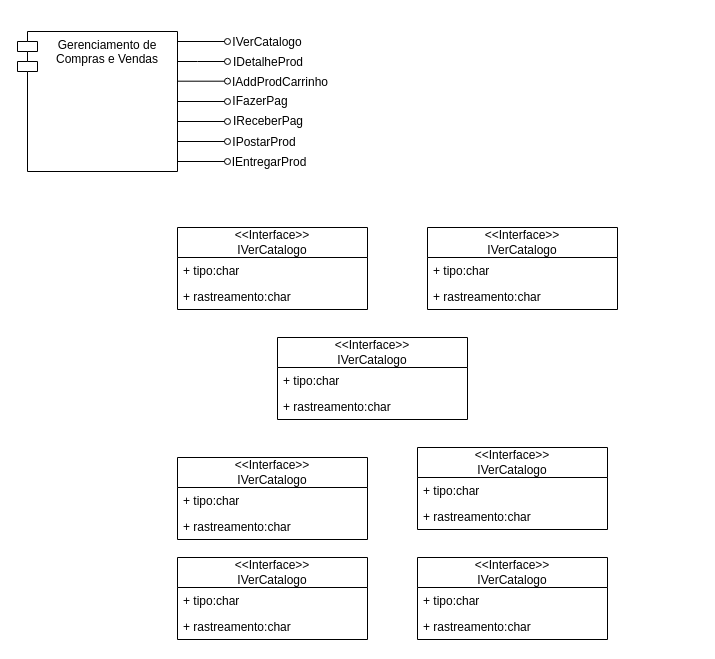
luca-moraes/projetoCorintoModelagem keeps this draw.io diagram as page "Operações das interfaces de sistema" (9 of 9) of DiagramasDeModelagem.drawio. Above is the earlier version. Source tidied: cells renumbered, new cells numbered last; positions are measured from the earlier drawing's top-left corner, leaving out a move shared by most shapes. Both pictures are drawn from the tidied source at 100%, with x=0, y=0 at pixel (17, 27).
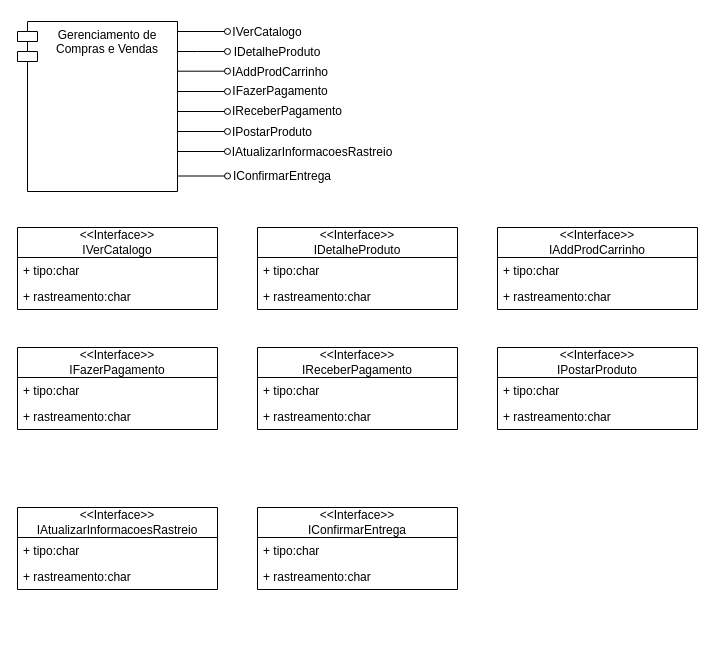
The same diagram, later.

What changed in the source:
```diff
@@
-    <mxCell id="2" style="edgeStyle=orthogonalEdgeStyle;rounded=0;orthogonalLoop=1;jettySize=auto;html=1;exitX=1;exitY=0.25;exitDx=0;exitDy=0;endArrow=oval;endFill=0;strokeWidth=1;jumpSize=6;" parent="1" edge="1">
-      <mxGeometry relative="1" as="geometry">
-        <mxPoint x="160" y="14" as="sourcePoint" />
-        <mxPoint x="210" y="14" as="targetPoint" />
-      </mxGeometry>
-    </mxCell>
-    <mxCell id="3" value="Gerenciamento de Compras&amp;nbsp;e Vendas" style="shape=module;align=center;spacingLeft=20;align=center;verticalAlign=top;whiteSpace=wrap;html=1;" parent="1" vertex="1">
-      <mxGeometry y="4" width="160" height="140" as="geometry" />
-    </mxCell>
-    <mxCell id="4" style="edgeStyle=orthogonalEdgeStyle;rounded=0;orthogonalLoop=1;jettySize=auto;html=1;exitX=1;exitY=0.25;exitDx=0;exitDy=0;endArrow=oval;endFill=0;strokeWidth=1;jumpSize=6;" parent="1" edge="1">
-      <mxGeometry relative="1" as="geometry">
-        <mxPoint x="160" y="34" as="sourcePoint" />
-        <mxPoint x="210" y="34" as="targetPoint" />
-        <Array as="points">
-          <mxPoint x="180" y="34" />
-          <mxPoint x="180" y="34" />
-        </Array>
-      </mxGeometry>
-    </mxCell>
-    <mxCell id="5" style="edgeStyle=orthogonalEdgeStyle;rounded=0;orthogonalLoop=1;jettySize=auto;html=1;exitX=1;exitY=0.25;exitDx=0;exitDy=0;endArrow=oval;endFill=0;strokeWidth=1;jumpSize=6;" parent="1" edge="1">
-      <mxGeometry relative="1" as="geometry">
-        <mxPoint x="160" y="53.7" as="sourcePoint" />
-        <mxPoint x="210" y="53.7" as="targetPoint" />
-      </mxGeometry>
-    </mxCell>
-    <mxCell id="6" style="edgeStyle=orthogonalEdgeStyle;rounded=0;orthogonalLoop=1;jettySize=auto;html=1;exitX=1;exitY=0.25;exitDx=0;exitDy=0;endArrow=oval;endFill=0;strokeWidth=1;jumpSize=6;" parent="1" edge="1">
-      <mxGeometry relative="1" as="geometry">
-        <mxPoint x="160" y="74" as="sourcePoint" />
-        <mxPoint x="210" y="74" as="targetPoint" />
-      </mxGeometry>
-    </mxCell>
-    <mxCell id="7" style="edgeStyle=orthogonalEdgeStyle;rounded=0;orthogonalLoop=1;jettySize=auto;html=1;exitX=1;exitY=0.25;exitDx=0;exitDy=0;endArrow=oval;endFill=0;strokeWidth=1;jumpSize=6;" parent="1" edge="1">
-      <mxGeometry relative="1" as="geometry">
-        <mxPoint x="160" y="94" as="sourcePoint" />
-        <mxPoint x="210" y="94" as="targetPoint" />
-      </mxGeometry>
-    </mxCell>
-    <mxCell id="8" style="edgeStyle=orthogonalEdgeStyle;rounded=0;orthogonalLoop=1;jettySize=auto;html=1;exitX=1;exitY=0.25;exitDx=0;exitDy=0;endArrow=oval;endFill=0;strokeWidth=1;jumpSize=6;" parent="1" edge="1">
-      <mxGeometry relative="1" as="geometry">
-        <mxPoint x="160" y="114" as="sourcePoint" />
-        <mxPoint x="210" y="114" as="targetPoint" />
-      </mxGeometry>
-    </mxCell>
-    <mxCell id="9" style="edgeStyle=orthogonalEdgeStyle;rounded=0;orthogonalLoop=1;jettySize=auto;html=1;exitX=1;exitY=0.25;exitDx=0;exitDy=0;endArrow=oval;endFill=0;strokeWidth=1;jumpSize=6;" parent="1" edge="1">
-      <mxGeometry relative="1" as="geometry">
-        <mxPoint x="160" y="134" as="sourcePoint" />
-        <mxPoint x="210" y="134" as="targetPoint" />
-      </mxGeometry>
-    </mxCell>
-    <mxCell id="10" value="IVerCatalogo" style="text;html=1;strokeColor=none;fillColor=none;align=center;verticalAlign=middle;whiteSpace=wrap;rounded=0;" parent="1" vertex="1">
-      <mxGeometry x="220" width="60" height="30" as="geometry" />
-    </mxCell>
-    <mxCell id="11" value="IDetalheProd" style="text;html=1;strokeColor=none;fillColor=none;align=center;verticalAlign=middle;whiteSpace=wrap;rounded=0;" parent="1" vertex="1">
-      <mxGeometry x="221" y="20" width="60" height="30" as="geometry" />
-    </mxCell>
-    <mxCell id="12" value="IAddProdCarrinho" style="text;html=1;strokeColor=none;fillColor=none;align=center;verticalAlign=middle;whiteSpace=wrap;rounded=0;" parent="1" vertex="1">
-      <mxGeometry x="233" y="40" width="60" height="30" as="geometry" />
-    </mxCell>
-    <mxCell id="13" value="IFazerPag" style="text;html=1;strokeColor=none;fillColor=none;align=center;verticalAlign=middle;whiteSpace=wrap;rounded=0;" parent="1" vertex="1">
-      <mxGeometry x="213" y="59" width="60" height="30" as="geometry" />
-    </mxCell>
-    <mxCell id="14" value="IReceberPag" style="text;html=1;strokeColor=none;fillColor=none;align=center;verticalAlign=middle;whiteSpace=wrap;rounded=0;" parent="1" vertex="1">
-      <mxGeometry x="221" y="79" width="60" height="30" as="geometry" />
-    </mxCell>
-    <mxCell id="15" value="IEntregarProd" style="text;html=1;strokeColor=none;fillColor=none;align=center;verticalAlign=middle;whiteSpace=wrap;rounded=0;" parent="1" vertex="1">
-      <mxGeometry x="222" y="120" width="60" height="30" as="geometry" />
-    </mxCell>
-    <mxCell id="16" value="IPostarProd" style="text;html=1;strokeColor=none;fillColor=none;align=center;verticalAlign=middle;whiteSpace=wrap;rounded=0;" parent="1" vertex="1">
-      <mxGeometry x="217" y="100" width="60" height="30" as="geometry" />
-    </mxCell>
     <mxCell id="17" value="&amp;lt;&amp;lt;Interface&amp;gt;&amp;gt;&lt;br&gt;IVerCatalogo" style="swimlane;fontStyle=0;horizontal=1;startSize=30;fillColor=none;whiteSpace=wrap;html=1;" parent="1" vertex="1">
-      <mxGeometry x="160" y="200" width="190" height="82" as="geometry" />
+      <mxGeometry y="200" width="200" height="82" as="geometry" />
     </mxCell>
     <mxCell id="18" value="+ tipo:char" style="text;strokeColor=none;fillColor=none;align=left;verticalAlign=top;spacingLeft=4;spacingRight=4;overflow=hidden;whiteSpace=wrap;html=1;" parent="17" vertex="1">
-      <mxGeometry y="30" width="190" height="26" as="geometry" />
+      <mxGeometry y="30" width="200" height="26" as="geometry" />
     </mxCell>
     <mxCell id="19" value="+ rastreamento:char" style="text;strokeColor=none;fillColor=none;align=left;verticalAlign=top;spacingLeft=4;spacingRight=4;overflow=hidden;whiteSpace=wrap;html=1;" parent="17" vertex="1">
-      <mxGeometry y="56" width="190" height="26" as="geometry" />
+      <mxGeometry y="56" width="200" height="26" as="geometry" />
     </mxCell>
-    <mxCell id="20" value="&amp;lt;&amp;lt;Interface&amp;gt;&amp;gt;&lt;br&gt;IVerCatalogo" style="swimlane;fontStyle=0;horizontal=1;startSize=30;fillColor=none;whiteSpace=wrap;html=1;" parent="1" vertex="1">
-      <mxGeometry x="410" y="200" width="190" height="82" as="geometry" />
+    <mxCell id="20" value="&amp;lt;&amp;lt;Interface&amp;gt;&amp;gt;&lt;br&gt;IAddProdCarrinho" style="swimlane;fontStyle=0;horizontal=1;startSize=30;fillColor=none;whiteSpace=wrap;html=1;" parent="1" vertex="1">
+      <mxGeometry x="480" y="200" width="200" height="82" as="geometry" />
     </mxCell>
     <mxCell id="21" value="+ tipo:char" style="text;strokeColor=none;fillColor=none;align=left;verticalAlign=top;spacingLeft=4;spacingRight=4;overflow=hidden;whiteSpace=wrap;html=1;" parent="20" vertex="1">
-      <mxGeometry y="30" width="190" height="26" as="geometry" />
+      <mxGeometry y="30" width="200" height="26" as="geometry" />
     </mxCell>
     <mxCell id="22" value="+ rastreamento:char" style="text;strokeColor=none;fillColor=none;align=left;verticalAlign=top;spacingLeft=4;spacingRight=4;overflow=hidden;whiteSpace=wrap;html=1;" parent="20" vertex="1">
-      <mxGeometry y="56" width="190" height="26" as="geometry" />
+      <mxGeometry y="56" width="200" height="26" as="geometry" />
     </mxCell>
-    <mxCell id="23" value="&amp;lt;&amp;lt;Interface&amp;gt;&amp;gt;&lt;br&gt;IVerCatalogo" style="swimlane;fontStyle=0;horizontal=1;startSize=30;fillColor=none;whiteSpace=wrap;html=1;" parent="1" vertex="1">
-      <mxGeometry x="400" y="420" width="190" height="82" as="geometry" />
+    <mxCell id="23" value="&amp;lt;&amp;lt;Interface&amp;gt;&amp;gt;&lt;br&gt;IReceberPagamento" style="swimlane;fontStyle=0;horizontal=1;startSize=30;fillColor=none;whiteSpace=wrap;html=1;" parent="1" vertex="1">
+      <mxGeometry x="240" y="320" width="200" height="82" as="geometry" />
     </mxCell>
     <mxCell id="24" value="+ tipo:char" style="text;strokeColor=none;fillColor=none;align=left;verticalAlign=top;spacingLeft=4;spacingRight=4;overflow=hidden;whiteSpace=wrap;html=1;" parent="23" vertex="1">
-      <mxGeometry y="30" width="190" height="26" as="geometry" />
+      <mxGeometry y="30" width="200" height="26" as="geometry" />
     </mxCell>
     <mxCell id="25" value="+ rastreamento:char" style="text;strokeColor=none;fillColor=none;align=left;verticalAlign=top;spacingLeft=4;spacingRight=4;overflow=hidden;whiteSpace=wrap;html=1;" parent="23" vertex="1">
-      <mxGeometry y="56" width="190" height="26" as="geometry" />
+      <mxGeometry y="56" width="200" height="26" as="geometry" />
     </mxCell>
-    <mxCell id="26" value="&amp;lt;&amp;lt;Interface&amp;gt;&amp;gt;&lt;br&gt;IVerCatalogo" style="swimlane;fontStyle=0;horizontal=1;startSize=30;fillColor=none;whiteSpace=wrap;html=1;" parent="1" vertex="1">
-      <mxGeometry x="400" y="530" width="190" height="82" as="geometry" />
+    <mxCell id="26" value="&amp;lt;&amp;lt;Interface&amp;gt;&amp;gt;&lt;br&gt;IPostarProduto" style="swimlane;fontStyle=0;horizontal=1;startSize=30;fillColor=none;whiteSpace=wrap;html=1;" parent="1" vertex="1">
+      <mxGeometry x="480" y="320" width="200" height="82" as="geometry" />
     </mxCell>
     <mxCell id="27" value="+ tipo:char" style="text;strokeColor=none;fillColor=none;align=left;verticalAlign=top;spacingLeft=4;spacingRight=4;overflow=hidden;whiteSpace=wrap;html=1;" parent="26" vertex="1">
-      <mxGeometry y="30" width="190" height="26" as="geometry" />
+      <mxGeometry y="30" width="200" height="26" as="geometry" />
     </mxCell>
     <mxCell id="28" value="+ rastreamento:char" style="text;strokeColor=none;fillColor=none;align=left;verticalAlign=top;spacingLeft=4;spacingRight=4;overflow=hidden;whiteSpace=wrap;html=1;" parent="26" vertex="1">
-      <mxGeometry y="56" width="190" height="26" as="geometry" />
+      <mxGeometry y="56" width="200" height="26" as="geometry" />
     </mxCell>
-    <mxCell id="29" value="&amp;lt;&amp;lt;Interface&amp;gt;&amp;gt;&lt;br&gt;IVerCatalogo" style="swimlane;fontStyle=0;horizontal=1;startSize=30;fillColor=none;whiteSpace=wrap;html=1;" parent="1" vertex="1">
-      <mxGeometry x="160" y="430" width="190" height="82" as="geometry" />
+    <mxCell id="29" value="&amp;lt;&amp;lt;Interface&amp;gt;&amp;gt;&lt;br&gt;IAtualizarInformacoesRastreio" style="swimlane;fontStyle=0;horizontal=1;startSize=30;fillColor=none;whiteSpace=wrap;html=1;" parent="1" vertex="1">
+      <mxGeometry y="480" width="200" height="82" as="geometry" />
     </mxCell>
     <mxCell id="30" value="+ tipo:char" style="text;strokeColor=none;fillColor=none;align=left;verticalAlign=top;spacingLeft=4;spacingRight=4;overflow=hidden;whiteSpace=wrap;html=1;" parent="29" vertex="1">
-      <mxGeometry y="30" width="190" height="26" as="geometry" />
+      <mxGeometry y="30" width="200" height="26" as="geometry" />
     </mxCell>
     <mxCell id="31" value="+ rastreamento:char" style="text;strokeColor=none;fillColor=none;align=left;verticalAlign=top;spacingLeft=4;spacingRight=4;overflow=hidden;whiteSpace=wrap;html=1;" parent="29" vertex="1">
-      <mxGeometry y="56" width="190" height="26" as="geometry" />
+      <mxGeometry y="56" width="200" height="26" as="geometry" />
     </mxCell>
-    <mxCell id="32" value="&amp;lt;&amp;lt;Interface&amp;gt;&amp;gt;&lt;br&gt;IVerCatalogo" style="swimlane;fontStyle=0;horizontal=1;startSize=30;fillColor=none;whiteSpace=wrap;html=1;" parent="1" vertex="1">
-      <mxGeometry x="160" y="530" width="190" height="82" as="geometry" />
+    <mxCell id="32" value="&amp;lt;&amp;lt;Interface&amp;gt;&amp;gt;&lt;br&gt;IDetalheProduto" style="swimlane;fontStyle=0;horizontal=1;startSize=30;fillColor=none;whiteSpace=wrap;html=1;" parent="1" vertex="1">
+      <mxGeometry x="240" y="200" width="200" height="82" as="geometry" />
     </mxCell>
     <mxCell id="33" value="+ tipo:char" style="text;strokeColor=none;fillColor=none;align=left;verticalAlign=top;spacingLeft=4;spacingRight=4;overflow=hidden;whiteSpace=wrap;html=1;" parent="32" vertex="1">
-      <mxGeometry y="30" width="190" height="26" as="geometry" />
+      <mxGeometry y="30" width="200" height="26" as="geometry" />
     </mxCell>
     <mxCell id="34" value="+ rastreamento:char" style="text;strokeColor=none;fillColor=none;align=left;verticalAlign=top;spacingLeft=4;spacingRight=4;overflow=hidden;whiteSpace=wrap;html=1;" parent="32" vertex="1">
-      <mxGeometry y="56" width="190" height="26" as="geometry" />
+      <mxGeometry y="56" width="200" height="26" as="geometry" />
     </mxCell>
-    <mxCell id="35" value="&amp;lt;&amp;lt;Interface&amp;gt;&amp;gt;&lt;br&gt;IVerCatalogo" style="swimlane;fontStyle=0;horizontal=1;startSize=30;fillColor=none;whiteSpace=wrap;html=1;" parent="1" vertex="1">
-      <mxGeometry x="260" y="310" width="190" height="82" as="geometry" />
+    <mxCell id="35" value="&amp;lt;&amp;lt;Interface&amp;gt;&amp;gt;&lt;br&gt;IFazerPagamento" style="swimlane;fontStyle=0;horizontal=1;startSize=30;fillColor=none;whiteSpace=wrap;html=1;" parent="1" vertex="1">
+      <mxGeometry y="320" width="200" height="82" as="geometry" />
     </mxCell>
     <mxCell id="36" value="+ tipo:char" style="text;strokeColor=none;fillColor=none;align=left;verticalAlign=top;spacingLeft=4;spacingRight=4;overflow=hidden;whiteSpace=wrap;html=1;" parent="35" vertex="1">
-      <mxGeometry y="30" width="190" height="26" as="geometry" />
+      <mxGeometry y="30" width="200" height="26" as="geometry" />
     </mxCell>
     <mxCell id="37" value="+ rastreamento:char" style="text;strokeColor=none;fillColor=none;align=left;verticalAlign=top;spacingLeft=4;spacingRight=4;overflow=hidden;whiteSpace=wrap;html=1;" parent="35" vertex="1">
-      <mxGeometry y="56" width="190" height="26" as="geometry" />
+      <mxGeometry y="56" width="200" height="26" as="geometry" />
     </mxCell>
+    <mxCell id="38" style="edgeStyle=orthogonalEdgeStyle;rounded=0;orthogonalLoop=1;jettySize=auto;html=1;exitX=1;exitY=0.25;exitDx=0;exitDy=0;endArrow=oval;endFill=0;strokeWidth=1;jumpSize=6;" parent="1" edge="1">
+      <mxGeometry relative="1" as="geometry">
+        <mxPoint x="160" y="4" as="sourcePoint" />
+        <mxPoint x="210" y="4" as="targetPoint" />
+      </mxGeometry>
+    </mxCell>
+    <mxCell id="3" value="Gerenciamento de Compras&amp;nbsp;e Vendas" style="shape=module;align=center;spacingLeft=20;align=center;verticalAlign=top;whiteSpace=wrap;html=1;" parent="1" vertex="1">
+      <mxGeometry y="-6" width="160" height="170" as="geometry" />
+    </mxCell>
+    <mxCell id="39" style="edgeStyle=orthogonalEdgeStyle;rounded=0;orthogonalLoop=1;jettySize=auto;html=1;exitX=1;exitY=0.25;exitDx=0;exitDy=0;endArrow=oval;endFill=0;strokeWidth=1;jumpSize=6;" parent="1" edge="1">
+      <mxGeometry relative="1" as="geometry">
+        <mxPoint x="160" y="24" as="sourcePoint" />
+        <mxPoint x="210" y="24" as="targetPoint" />
+        <Array as="points">
+          <mxPoint x="180" y="24" />
+          <mxPoint x="180" y="24" />
+        </Array>
+      </mxGeometry>
+    </mxCell>
+    <mxCell id="40" style="edgeStyle=orthogonalEdgeStyle;rounded=0;orthogonalLoop=1;jettySize=auto;html=1;exitX=1;exitY=0.25;exitDx=0;exitDy=0;endArrow=oval;endFill=0;strokeWidth=1;jumpSize=6;" parent="1" edge="1">
+      <mxGeometry relative="1" as="geometry">
+        <mxPoint x="160" y="43.7" as="sourcePoint" />
+        <mxPoint x="210" y="43.7" as="targetPoint" />
+      </mxGeometry>
+    </mxCell>
+    <mxCell id="41" style="edgeStyle=orthogonalEdgeStyle;rounded=0;orthogonalLoop=1;jettySize=auto;html=1;exitX=1;exitY=0.25;exitDx=0;exitDy=0;endArrow=oval;endFill=0;strokeWidth=1;jumpSize=6;" parent="1" edge="1">
+      <mxGeometry relative="1" as="geometry">
+        <mxPoint x="160" y="64" as="sourcePoint" />
+        <mxPoint x="210" y="64" as="targetPoint" />
+      </mxGeometry>
+    </mxCell>
+    <mxCell id="42" style="edgeStyle=orthogonalEdgeStyle;rounded=0;orthogonalLoop=1;jettySize=auto;html=1;exitX=1;exitY=0.25;exitDx=0;exitDy=0;endArrow=oval;endFill=0;strokeWidth=1;jumpSize=6;" parent="1" edge="1">
+      <mxGeometry relative="1" as="geometry">
+        <mxPoint x="160" y="84" as="sourcePoint" />
+        <mxPoint x="210" y="84" as="targetPoint" />
+      </mxGeometry>
+    </mxCell>
+    <mxCell id="43" style="edgeStyle=orthogonalEdgeStyle;rounded=0;orthogonalLoop=1;jettySize=auto;html=1;exitX=1;exitY=0.25;exitDx=0;exitDy=0;endArrow=oval;endFill=0;strokeWidth=1;jumpSize=6;" parent="1" edge="1">
+      <mxGeometry relative="1" as="geometry">
+        <mxPoint x="160" y="104" as="sourcePoint" />
+        <mxPoint x="210" y="104" as="targetPoint" />
+      </mxGeometry>
+    </mxCell>
+    <mxCell id="44" style="edgeStyle=orthogonalEdgeStyle;rounded=0;orthogonalLoop=1;jettySize=auto;html=1;exitX=1;exitY=0.25;exitDx=0;exitDy=0;endArrow=oval;endFill=0;strokeWidth=1;jumpSize=6;" parent="1" edge="1">
+      <mxGeometry relative="1" as="geometry">
+        <mxPoint x="160" y="124" as="sourcePoint" />
+        <mxPoint x="210" y="124" as="targetPoint" />
+      </mxGeometry>
+    </mxCell>
+    <mxCell id="10" value="IVerCatalogo" style="text;html=1;strokeColor=none;fillColor=none;align=center;verticalAlign=middle;whiteSpace=wrap;rounded=0;" parent="1" vertex="1">
+      <mxGeometry x="220" y="-10" width="60" height="30" as="geometry" />
+    </mxCell>
+    <mxCell id="45" value="IDetalheProduto" style="text;html=1;strokeColor=none;fillColor=none;align=center;verticalAlign=middle;whiteSpace=wrap;rounded=0;" parent="1" vertex="1">
+      <mxGeometry x="230" y="10" width="60" height="30" as="geometry" />
+    </mxCell>
+    <mxCell id="12" value="IAddProdCarrinho" style="text;html=1;strokeColor=none;fillColor=none;align=center;verticalAlign=middle;whiteSpace=wrap;rounded=0;" parent="1" vertex="1">
+      <mxGeometry x="233" y="30" width="60" height="30" as="geometry" />
+    </mxCell>
+    <mxCell id="46" value="IFazerPagamento" style="text;html=1;strokeColor=none;fillColor=none;align=center;verticalAlign=middle;whiteSpace=wrap;rounded=0;" parent="1" vertex="1">
+      <mxGeometry x="233" y="49" width="60" height="30" as="geometry" />
+    </mxCell>
+    <mxCell id="47" value="IReceberPagamento" style="text;html=1;strokeColor=none;fillColor=none;align=center;verticalAlign=middle;whiteSpace=wrap;rounded=0;" parent="1" vertex="1">
+      <mxGeometry x="240" y="69" width="60" height="30" as="geometry" />
+    </mxCell>
+    <mxCell id="48" value="IAtualizarInformacoesRastreio" style="text;html=1;strokeColor=none;fillColor=none;align=center;verticalAlign=middle;whiteSpace=wrap;rounded=0;" parent="1" vertex="1">
+      <mxGeometry x="260" y="110" width="70" height="30" as="geometry" />
+    </mxCell>
+    <mxCell id="49" value="IPostarProduto" style="text;html=1;strokeColor=none;fillColor=none;align=center;verticalAlign=middle;whiteSpace=wrap;rounded=0;" parent="1" vertex="1">
+      <mxGeometry x="220" y="90" width="70" height="30" as="geometry" />
+    </mxCell>
+    <mxCell id="50" style="edgeStyle=orthogonalEdgeStyle;rounded=0;orthogonalLoop=1;jettySize=auto;html=1;exitX=1;exitY=0.25;exitDx=0;exitDy=0;endArrow=oval;endFill=0;strokeWidth=1;jumpSize=6;" parent="1" edge="1">
+      <mxGeometry relative="1" as="geometry">
+        <mxPoint x="160" y="148.5" as="sourcePoint" />
+        <mxPoint x="210" y="148.5" as="targetPoint" />
+      </mxGeometry>
+    </mxCell>
+    <mxCell id="51" value="IConfirmarEntrega" style="text;html=1;strokeColor=none;fillColor=none;align=center;verticalAlign=middle;whiteSpace=wrap;rounded=0;" parent="1" vertex="1">
+      <mxGeometry x="230" y="134" width="70" height="30" as="geometry" />
+    </mxCell>
+    <mxCell id="52" value="&amp;lt;&amp;lt;Interface&amp;gt;&amp;gt;&lt;br&gt;IConfirmarEntrega" style="swimlane;fontStyle=0;horizontal=1;startSize=30;fillColor=none;whiteSpace=wrap;html=1;" parent="1" vertex="1">
+      <mxGeometry x="240" y="480" width="200" height="82" as="geometry" />
+    </mxCell>
+    <mxCell id="53" value="+ tipo:char" style="text;strokeColor=none;fillColor=none;align=left;verticalAlign=top;spacingLeft=4;spacingRight=4;overflow=hidden;whiteSpace=wrap;html=1;" parent="52" vertex="1">
+      <mxGeometry y="30" width="200" height="26" as="geometry" />
+    </mxCell>
+    <mxCell id="54" value="+ rastreamento:char" style="text;strokeColor=none;fillColor=none;align=left;verticalAlign=top;spacingLeft=4;spacingRight=4;overflow=hidden;whiteSpace=wrap;html=1;" parent="52" vertex="1">
+      <mxGeometry y="56" width="200" height="26" as="geometry" />
+    </mxCell>
```
